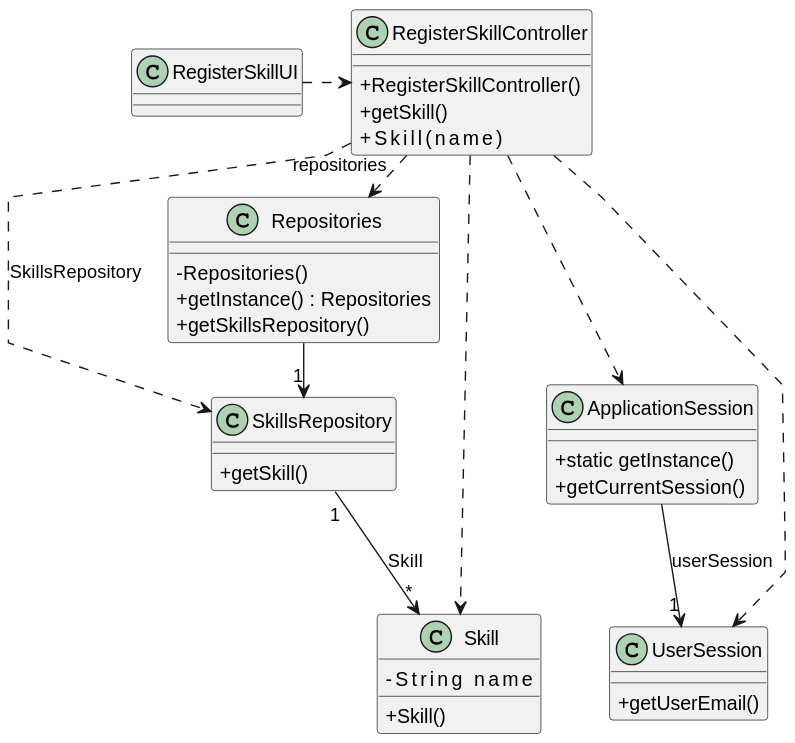
1231360-ISEP/lei-24-s2-1db-g021 keeps this PlantUML diagram as docs/sprint2/us001/03.design/svg/us001-class-diagram.svg. Above is the earlier version.
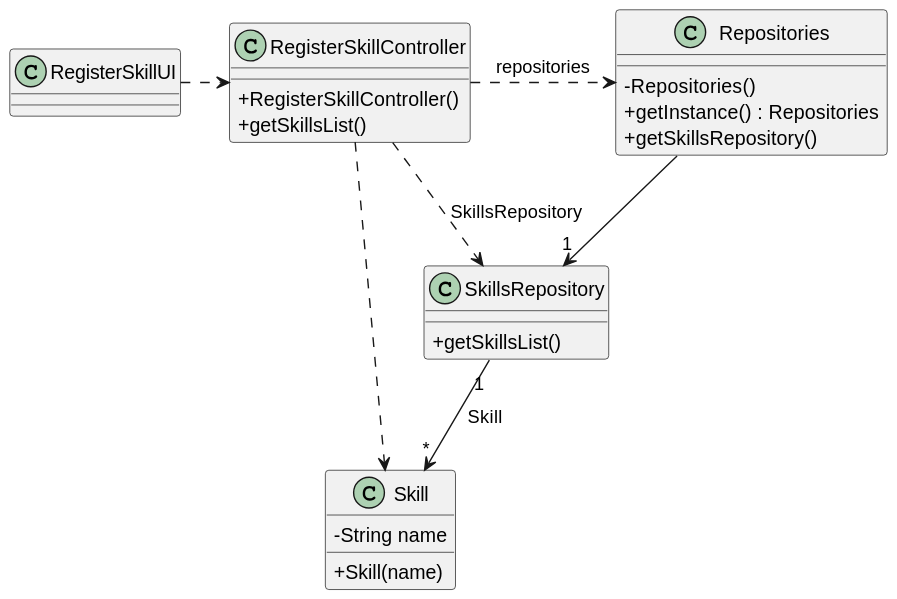
Later version of the same file.

Diff of the diagram source:
```diff
@@ -4,24 +4,14 @@
 skinparam linetype polyline
 skinparam classAttributeIconSize 0
 
-class ApplicationSession
-{
-    + static getInstance()
-    + getCurrentSession()
-}
-
-class UserSession
-{
-    + getUserEmail()
-}
 
 class Skill {
-    - String skillName
-    + Skill()
+    - String name
+    + Skill(name)
 }
 
 class SkillsRepository {
-    + getSkill()
+    + getSkillsList()
 }
 
 class Repositories {
@@ -32,8 +22,7 @@
 
 class RegisterSkillController {
     + RegisterSkillController()
-    + getSkill()
-    + Skill(skillName)
+    + getSkillsList()
 }
 
 class RegisterSkillUI {
@@ -43,15 +32,10 @@
 
 RegisterSkillController .> Repositories : repositories
 
-Repositories -> "1" SkillsRepository
+Repositories --> "1" SkillsRepository
 
 RegisterSkillController ..> Skill
 RegisterSkillController ..> SkillsRepository : SkillsRepository
 
-
-ApplicationSession --> "1" UserSession : userSession
-
-RegisterSkillController ..> ApplicationSession
-RegisterSkillController ..> UserSession
 SkillsRepository "1" --> "*" Skill : Skill
 @enduml
```
